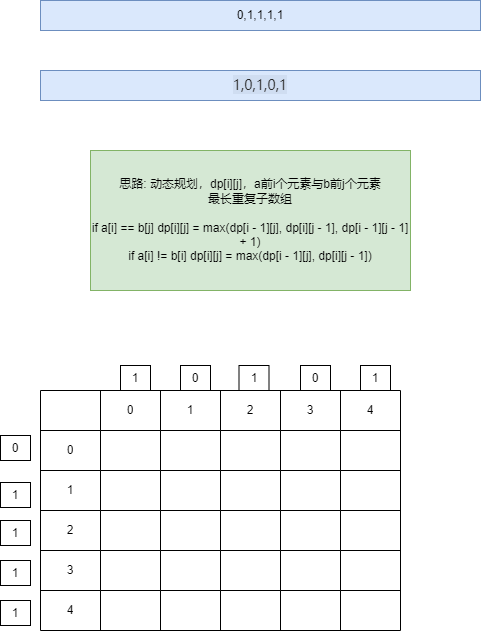
Luozujian/draw keeps this draw.io diagram as UML/最长重复子数组.drawio.png. Above is the earlier version. Source tidied: cells renumbered, new cells last; positions are measured from the earlier drawing's top-left corner, leaving out a move shared by most shapes.
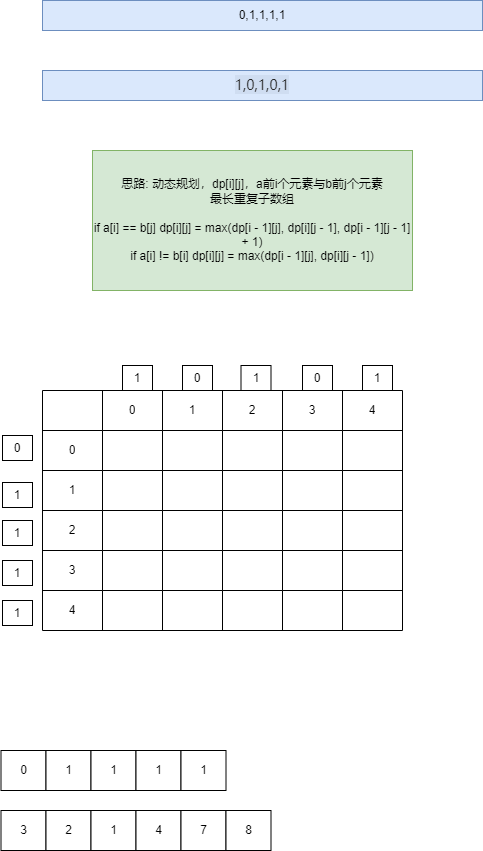
Later version of the same file.

Commit message:
更新最长重复子数组.drawio.png

Diff of the diagram source:
```diff
@@ -170,5 +170,38 @@
     <mxCell id="57" value="1" style="rounded=0;whiteSpace=wrap;html=1;" parent="1" vertex="1">
       <mxGeometry x="360" y="365" width="30" height="25" as="geometry" />
     </mxCell>
+    <mxCell id="58" value="0" style="rounded=0;whiteSpace=wrap;html=1;" parent="1" vertex="1">
+      <mxGeometry x="-1.5" y="750" width="45" height="40" as="geometry" />
+    </mxCell>
+    <mxCell id="59" value="1" style="rounded=0;whiteSpace=wrap;html=1;" parent="1" vertex="1">
+      <mxGeometry x="43.5" y="750" width="45" height="40" as="geometry" />
+    </mxCell>
+    <mxCell id="60" value="1" style="rounded=0;whiteSpace=wrap;html=1;" parent="1" vertex="1">
+      <mxGeometry x="88.5" y="750" width="45" height="40" as="geometry" />
+    </mxCell>
+    <mxCell id="61" value="1" style="rounded=0;whiteSpace=wrap;html=1;" parent="1" vertex="1">
+      <mxGeometry x="133.5" y="750" width="45" height="40" as="geometry" />
+    </mxCell>
+    <mxCell id="62" value="1" style="rounded=0;whiteSpace=wrap;html=1;" parent="1" vertex="1">
+      <mxGeometry x="178.5" y="750" width="45" height="40" as="geometry" />
+    </mxCell>
+    <mxCell id="63" value="3" style="rounded=0;whiteSpace=wrap;html=1;" parent="1" vertex="1">
+      <mxGeometry x="-1.5" y="810" width="45" height="40" as="geometry" />
+    </mxCell>
+    <mxCell id="64" value="2" style="rounded=0;whiteSpace=wrap;html=1;" parent="1" vertex="1">
+      <mxGeometry x="43.5" y="810" width="45" height="40" as="geometry" />
+    </mxCell>
+    <mxCell id="65" value="1" style="rounded=0;whiteSpace=wrap;html=1;" parent="1" vertex="1">
+      <mxGeometry x="88.5" y="810" width="45" height="40" as="geometry" />
+    </mxCell>
+    <mxCell id="66" value="4" style="rounded=0;whiteSpace=wrap;html=1;" parent="1" vertex="1">
+      <mxGeometry x="133.5" y="810" width="45" height="40" as="geometry" />
+    </mxCell>
+    <mxCell id="67" value="7" style="rounded=0;whiteSpace=wrap;html=1;" parent="1" vertex="1">
+      <mxGeometry x="178.5" y="810" width="45" height="40" as="geometry" />
+    </mxCell>
+    <mxCell id="68" value="8" style="rounded=0;whiteSpace=wrap;html=1;" parent="1" vertex="1">
+      <mxGeometry x="223.5" y="810" width="45" height="40" as="geometry" />
+    </mxCell>
   </root>
 </mxGraphModel>
```
